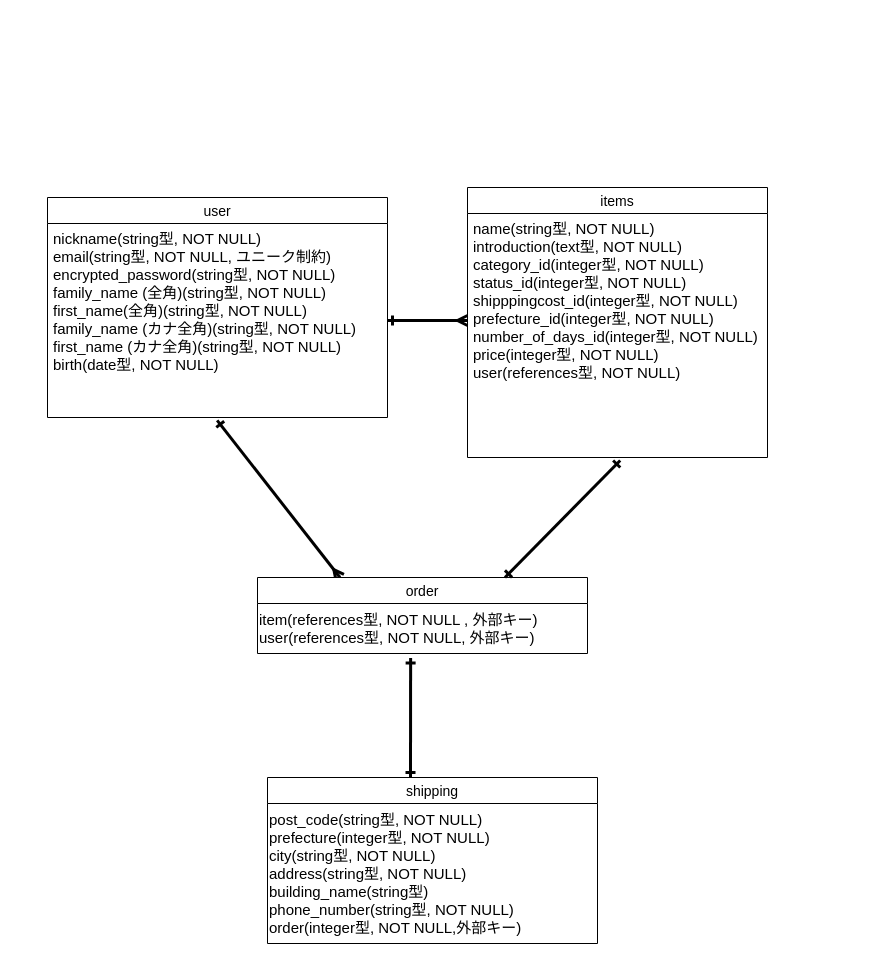
Above: furima.dio in satoukouhei40002/furima-40002 (draw.io), before the change. Source tidied: cells renumbered, new cells numbered last; positions are measured from the earlier drawing's top-left corner, leaving out a move shared by most shapes. Both pictures are drawn from the tidied source at 100%, with x=0, y=0 at pixel (47, 187).
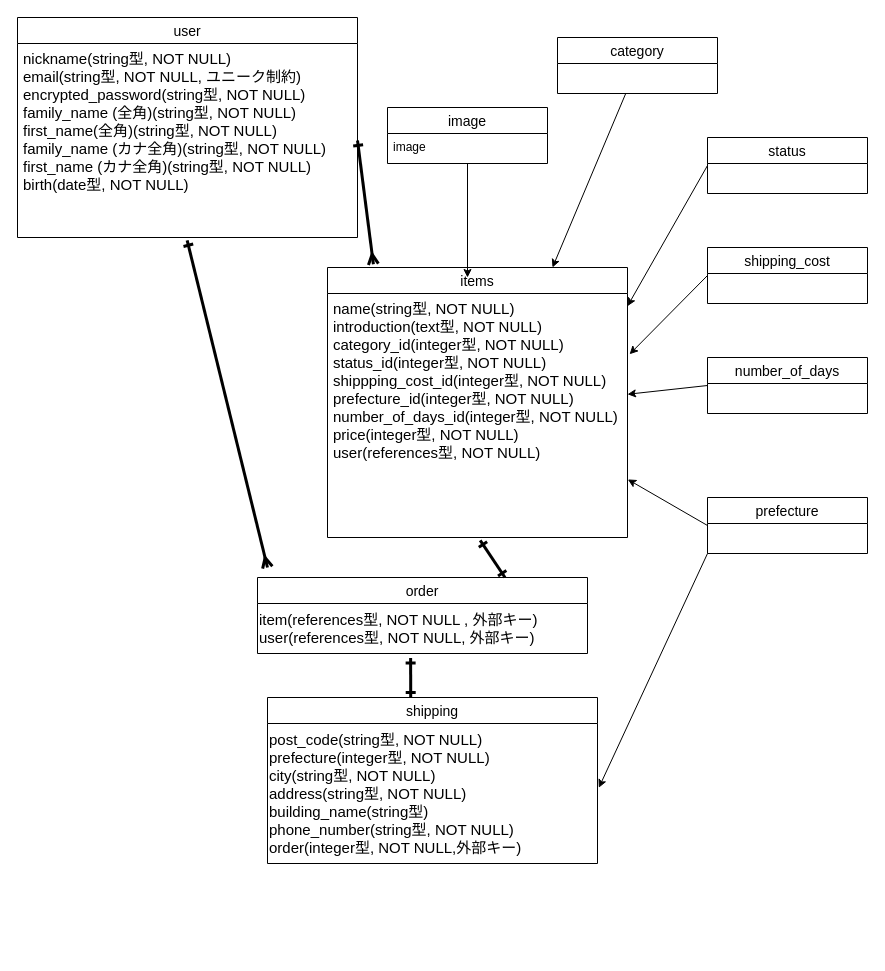
The same diagram, later.

The change refers to these unchanged cells:
```xml
<mxCell id="3" value="nickname(string型, NOT NULL)&#10;email(string型, NOT NULL, ユニーク制約)&#10;encrypted_password(string型, NOT NULL)&#10;family_name (全角)(string型, NOT NULL)&#10;first_name(全角)(string型, NOT NULL)&#10;family_name (カナ全角)(string型, NOT NULL)&#10;first_name (カナ全角)(string型, NOT NULL)&#10;birth(date型, NOT NULL)&#10;" style="text;strokeColor=none;fillColor=none;spacingLeft=4;spacingRight=4;overflow=hidden;points=[[0,0.5],[1,0.5]];portConstraint=eastwest;fontSize=15;strokeWidth=1;rounded=0;" parent="2" vertex="1">
  <mxGeometry y="26" width="340" height="194" as="geometry" />
</mxCell>
<mxCell id="7" value="order" style="swimlane;fontStyle=0;horizontal=1;startSize=26;align=center;fontSize=14;rounded=0;hachureGap=4;strokeColor=default;fontFamily=Helvetica;fontColor=default;swimlaneLine=1;shadow=0;labelBackgroundColor=none;labelBorderColor=none;verticalAlign=middle;" parent="1" vertex="1">
  <mxGeometry x="210" y="390" width="330" height="76" as="geometry" />
</mxCell>
<mxCell id="8" value="&lt;font style=&quot;font-size: 15px;&quot;&gt;item(references型, NOT NULL , 外部キー)&lt;br&gt;user(references型, NOT NULL, 外部キー)&lt;br&gt;&lt;/font&gt;" style="text;html=1;align=left;verticalAlign=middle;points=[];strokeColor=none;fillColor=none;fontSize=14;fontFamily=Helvetica;fontColor=default;" parent="7" vertex="1">
  <mxGeometry y="26" width="330" height="50" as="geometry" />
</mxCell>
<mxCell id="11" value="post_code(string型, NOT NULL)&lt;br style=&quot;font-size: 15px;&quot;&gt;prefecture(integer型, NOT NULL)&lt;br style=&quot;font-size: 15px;&quot;&gt;city(string型, NOT NULL)&lt;br style=&quot;font-size: 15px;&quot;&gt;address(string型, NOT NULL)&lt;br style=&quot;font-size: 15px;&quot;&gt;building_name(string型)&lt;br style=&quot;font-size: 15px;&quot;&gt;phone_number(string型, NOT NULL)&lt;br&gt;order(integer型, NOT NULL,外部キー)" style="text;html=1;align=left;verticalAlign=middle;points=[];strokeColor=none;fillColor=none;fontSize=15;fontFamily=Helvetica;fontColor=default;" parent="9" vertex="1">
  <mxGeometry y="26" width="330" height="140" as="geometry" />
</mxCell>
```

Change to the diagram source:
```diff
@@
     <mxCell id="2" value="user" style="swimlane;fontStyle=0;horizontal=1;startSize=26;align=center;fontSize=14;strokeWidth=1;rounded=0;" parent="1" vertex="1">
-      <mxGeometry y="10" width="340" height="220" as="geometry" />
+      <mxGeometry x="-30" y="-170" width="340" height="220" as="geometry" />
     </mxCell>
@@
     <mxCell id="4" value="items" style="swimlane;fontStyle=0;horizontal=1;startSize=26;align=center;fontSize=14;strokeWidth=1;rounded=0;" parent="1" vertex="1">
-      <mxGeometry x="420" width="300" height="270" as="geometry" />
+      <mxGeometry x="280" y="80" width="300" height="270" as="geometry" />
     </mxCell>
-    <mxCell id="5" value="name(string型, NOT NULL)&#10;introduction(text型, NOT NULL)&#10;category_id(integer型, NOT NULL)&#10;status_id(integer型, NOT NULL)&#10;shipppingcost_id(integer型, NOT NULL)&#10;prefecture_id(integer型, NOT NULL)&#10;number_of_days_id(integer型, NOT NULL)&#10;price(integer型, NOT NULL)&#10;user(references型, NOT NULL)" style="text;strokeColor=none;fillColor=none;spacingLeft=4;spacingRight=4;overflow=hidden;points=[[0,0.5],[1,0.5]];portConstraint=eastwest;fontSize=15;strokeWidth=1;rounded=0;" parent="4" vertex="1">
+    <mxCell id="5" value="name(string型, NOT NULL)&#10;introduction(text型, NOT NULL)&#10;category_id(integer型, NOT NULL)&#10;status_id(integer型, NOT NULL)&#10;shippping_cost_id(integer型, NOT NULL)&#10;prefecture_id(integer型, NOT NULL)&#10;number_of_days_id(integer型, NOT NULL)&#10;price(integer型, NOT NULL)&#10;user(references型, NOT NULL)" style="text;strokeColor=none;fillColor=none;spacingLeft=4;spacingRight=4;overflow=hidden;points=[[0,0.5],[1,0.5]];portConstraint=eastwest;fontSize=15;strokeWidth=1;rounded=0;" parent="4" vertex="1">
       <mxGeometry y="26" width="300" height="244" as="geometry" />
     </mxCell>
-    <mxCell id="6" style="edgeStyle=none;html=1;strokeWidth=3;fontSize=15;startArrow=ERmany;startFill=0;endArrow=ERone;endFill=0;exitX=0.25;exitY=0;exitDx=0;exitDy=0;entryX=0.499;entryY=1.015;entryDx=0;entryDy=0;entryPerimeter=0;" parent="1" edge="1" source="7" target="3">
-      <mxGeometry relative="1" as="geometry" />
+    <mxCell id="6" style="edgeStyle=none;html=1;strokeWidth=3;fontSize=15;startArrow=ERmany;startFill=0;endArrow=ERone;endFill=0;entryX=0.499;entryY=1.015;entryDx=0;entryDy=0;entryPerimeter=0;" parent="1" edge="1" target="3">
+      <mxGeometry relative="1" as="geometry">
+        <mxPoint x="220" y="380" as="sourcePoint" />
+      </mxGeometry>
     </mxCell>
@@
     <mxCell id="9" value="shipping" style="swimlane;fontStyle=0;horizontal=1;startSize=26;align=center;fontSize=14;" parent="1" vertex="1">
-      <mxGeometry x="220" y="590" width="330" height="166" as="geometry" />
+      <mxGeometry x="220" y="510" width="330" height="166" as="geometry" />
     </mxCell>
@@
-    <mxCell id="12" style="edgeStyle=none;html=1;fontSize=15;startArrow=ERone;startFill=0;endArrow=ERmany;endFill=0;exitX=1;exitY=0.5;exitDx=0;exitDy=0;strokeWidth=3;" parent="1" edge="1" source="3">
-      <mxGeometry relative="1" as="geometry">
-        <mxPoint x="420" y="133" as="targetPoint" />
-      </mxGeometry>
+    <mxCell id="12" style="edgeStyle=none;html=1;fontSize=15;startArrow=ERone;startFill=0;endArrow=ERmany;endFill=0;exitX=1;exitY=0.5;exitDx=0;exitDy=0;strokeWidth=3;entryX=0.153;entryY=-0.012;entryDx=0;entryDy=0;entryPerimeter=0;" parent="1" edge="1" source="3" target="4">
+      <mxGeometry relative="1" as="geometry" />
     </mxCell>
-    <mxCell id="13" style="edgeStyle=none;html=1;strokeWidth=3;fontSize=15;startArrow=ERone;startFill=0;endArrow=ERone;endFill=0;exitX=0.464;exitY=1.088;exitDx=0;exitDy=0;exitPerimeter=0;" parent="1" edge="1" source="8">
-      <mxGeometry relative="1" as="geometry">
-        <mxPoint x="363" y="590" as="targetPoint" />
-      </mxGeometry>
+    <mxCell id="13" style="edgeStyle=none;html=1;strokeWidth=3;fontSize=15;startArrow=ERone;startFill=0;endArrow=ERone;endFill=0;exitX=0.464;exitY=1.088;exitDx=0;exitDy=0;exitPerimeter=0;entryX=0.434;entryY=0;entryDx=0;entryDy=0;entryPerimeter=0;" parent="1" edge="1" source="8" target="9">
+      <mxGeometry relative="1" as="geometry" />
     </mxCell>
@@
+    <mxCell id="15" style="edgeStyle=none;html=1;" parent="1" edge="1" source="16">
+      <mxGeometry relative="1" as="geometry">
+        <mxPoint x="420" y="90" as="targetPoint" />
+      </mxGeometry>
+    </mxCell>
+    <mxCell id="16" value="image" style="swimlane;fontStyle=0;horizontal=1;startSize=26;align=center;fontSize=14;" parent="1" vertex="1">
+      <mxGeometry x="340" y="-80" width="160" height="56" as="geometry" />
+    </mxCell>
+    <mxCell id="17" value="image&#10;" style="text;strokeColor=none;fillColor=none;spacingLeft=4;spacingRight=4;overflow=hidden;fontSize=12;" parent="16" vertex="1">
+      <mxGeometry y="26" width="160" height="30" as="geometry" />
+    </mxCell>
+    <mxCell id="18" style="edgeStyle=none;html=1;entryX=0.75;entryY=0;entryDx=0;entryDy=0;" parent="1" edge="1" source="19" target="4">
+      <mxGeometry relative="1" as="geometry" />
+    </mxCell>
+    <mxCell id="19" value="category" style="swimlane;fontStyle=0;horizontal=1;startSize=26;align=center;fontSize=14;" parent="1" vertex="1">
+      <mxGeometry x="510" y="-150" width="160" height="56" as="geometry" />
+    </mxCell>
+    <mxCell id="20" style="edgeStyle=none;html=1;exitX=0;exitY=0.5;exitDx=0;exitDy=0;entryX=1;entryY=0.052;entryDx=0;entryDy=0;entryPerimeter=0;" parent="1" edge="1" source="21" target="5">
+      <mxGeometry relative="1" as="geometry" />
+    </mxCell>
+    <mxCell id="21" value="status" style="swimlane;fontStyle=0;horizontal=1;startSize=26;align=center;fontSize=14;" parent="1" vertex="1">
+      <mxGeometry x="660" y="-50" width="160" height="56" as="geometry" />
+    </mxCell>
+    <mxCell id="22" style="edgeStyle=none;html=1;exitX=0;exitY=0.5;exitDx=0;exitDy=0;entryX=1.007;entryY=0.249;entryDx=0;entryDy=0;entryPerimeter=0;" parent="1" edge="1" source="23" target="5">
+      <mxGeometry relative="1" as="geometry" />
+    </mxCell>
+    <mxCell id="23" value="shipping_cost" style="swimlane;fontStyle=0;horizontal=1;startSize=26;align=center;fontSize=14;" parent="1" vertex="1">
+      <mxGeometry x="660" y="60" width="160" height="56" as="geometry" />
+    </mxCell>
+    <mxCell id="24" style="edgeStyle=none;html=1;exitX=0;exitY=0.5;exitDx=0;exitDy=0;entryX=1;entryY=0.413;entryDx=0;entryDy=0;entryPerimeter=0;" parent="1" edge="1" source="25" target="5">
+      <mxGeometry relative="1" as="geometry" />
+    </mxCell>
+    <mxCell id="25" value="number_of_days" style="swimlane;fontStyle=0;horizontal=1;startSize=26;align=center;fontSize=14;" parent="1" vertex="1">
+      <mxGeometry x="660" y="170" width="160" height="56" as="geometry" />
+    </mxCell>
+    <mxCell id="26" style="edgeStyle=none;html=1;exitX=0;exitY=0.5;exitDx=0;exitDy=0;entryX=1.001;entryY=0.762;entryDx=0;entryDy=0;entryPerimeter=0;" parent="1" edge="1" source="28" target="5">
+      <mxGeometry relative="1" as="geometry" />
+    </mxCell>
+    <mxCell id="27" style="edgeStyle=none;html=1;exitX=0;exitY=1;exitDx=0;exitDy=0;entryX=1.004;entryY=0.459;entryDx=0;entryDy=0;entryPerimeter=0;" parent="1" edge="1" source="28" target="11">
+      <mxGeometry relative="1" as="geometry" />
+    </mxCell>
+    <mxCell id="28" value="prefecture" style="swimlane;fontStyle=0;horizontal=1;startSize=26;align=center;fontSize=14;" parent="1" vertex="1">
+      <mxGeometry x="660" y="310" width="160" height="56" as="geometry" />
+    </mxCell>
```
